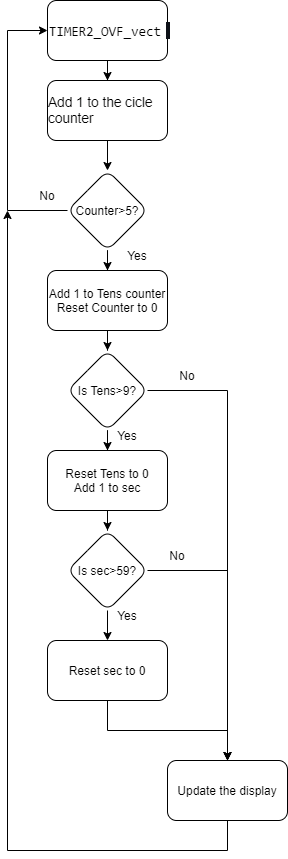
This is Labs/06-lcd/Untitled Diagram.drawio.png from UTAN25/Digital-electronics-2, a draw.io export, as it was before one commit. Source tidied: cells renumbered, new cells last; positions are measured from the earlier drawing's top-left corner, leaving out a move shared by most shapes.
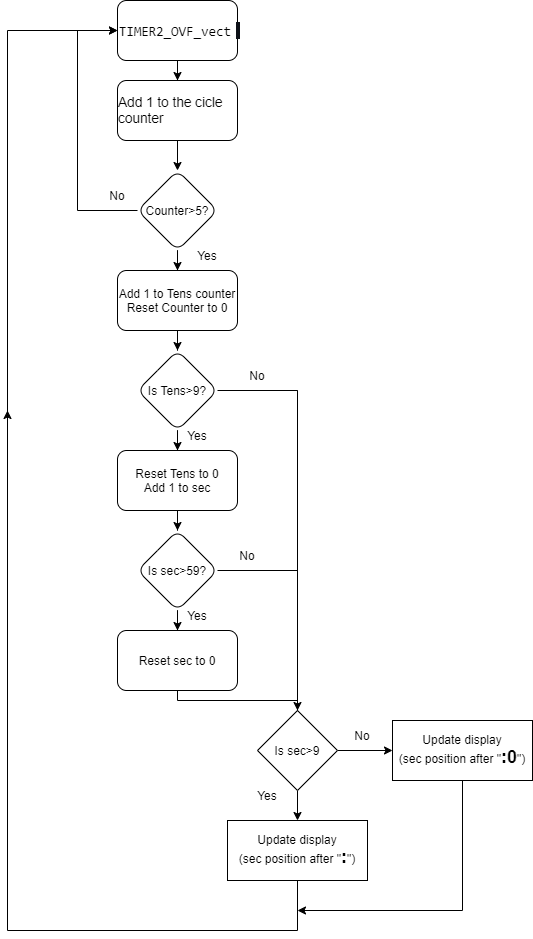
The same file after the commit.

What changed in the source:
```diff
@@ -37,8 +37,10 @@
     <mxCell id="11" style="edgeStyle=orthogonalEdgeStyle;rounded=0;jettySize=auto;html=1;fontColor=#000000;" parent="1" edge="1" source="13" target="15">
       <mxGeometry relative="1" as="geometry" />
     </mxCell>
-    <mxCell id="12" style="edgeStyle=orthogonalEdgeStyle;rounded=0;jettySize=auto;html=1;fontColor=#000000;entryX=0.5;entryY=0;entryDx=0;entryDy=0;" parent="1" edge="1" source="13" target="22">
-      <mxGeometry relative="1" as="geometry" />
+    <mxCell id="12" style="edgeStyle=orthogonalEdgeStyle;rounded=0;jettySize=auto;html=1;fontColor=#000000;entryX=0.5;entryY=0;entryDx=0;entryDy=0;" parent="1" edge="1" source="13">
+      <mxGeometry relative="1" as="geometry">
+        <mxPoint x="220" y="760" as="targetPoint" />
+      </mxGeometry>
     </mxCell>
     <mxCell id="13" value="Is Tens&amp;gt;9?" style="rhombus;whiteSpace=wrap;html=1;rounded=1;" parent="1" vertex="1">
       <mxGeometry x="60" y="350" width="80" height="80" as="geometry" />
@@ -52,8 +54,9 @@
     <mxCell id="16" style="edgeStyle=orthogonalEdgeStyle;rounded=0;jettySize=auto;html=1;fontColor=#000000;" parent="1" edge="1" source="18" target="20">
       <mxGeometry relative="1" as="geometry" />
     </mxCell>
-    <mxCell id="17" style="edgeStyle=orthogonalEdgeStyle;rounded=0;jettySize=auto;html=1;fontColor=#000000;entryX=0.5;entryY=0;entryDx=0;entryDy=0;" parent="1" edge="1" source="18" target="22">
+    <mxCell id="17" style="edgeStyle=orthogonalEdgeStyle;rounded=0;jettySize=auto;html=1;fontColor=#000000;entryX=0.5;entryY=0;entryDx=0;entryDy=0;" parent="1" edge="1" source="18">
       <mxGeometry relative="1" as="geometry">
+        <mxPoint x="220" y="760" as="targetPoint" />
         <Array as="points">
           <mxPoint x="220" y="570" />
         </Array>
@@ -62,24 +65,9 @@
     <mxCell id="18" value="Is sec&amp;gt;59?" style="rhombus;whiteSpace=wrap;html=1;rounded=1;" parent="1" vertex="1">
       <mxGeometry x="60" y="530" width="80" height="80" as="geometry" />
     </mxCell>
-    <mxCell id="19" style="edgeStyle=orthogonalEdgeStyle;rounded=0;jettySize=auto;html=1;fontColor=#000000;" parent="1" edge="1" source="20" target="22">
-      <mxGeometry relative="1" as="geometry" />
-    </mxCell>
     <mxCell id="20" value="Reset sec to 0" style="whiteSpace=wrap;html=1;rounded=1;" parent="1" vertex="1">
-      <mxGeometry x="40" y="640" width="120" height="60" as="geometry" />
+      <mxGeometry x="40" y="630" width="120" height="60" as="geometry" />
     </mxCell>
-    <mxCell id="21" style="edgeStyle=orthogonalEdgeStyle;rounded=0;jettySize=auto;html=1;fontColor=#000000;" parent="1" edge="1" source="22">
-      <mxGeometry relative="1" as="geometry">
-        <mxPoint y="210" as="targetPoint" />
-        <Array as="points">
-          <mxPoint x="220" y="850" />
-          <mxPoint y="850" />
-        </Array>
-      </mxGeometry>
-    </mxCell>
-    <mxCell id="22" value="Update the display" style="whiteSpace=wrap;html=1;rounded=1;" parent="1" vertex="1">
-      <mxGeometry x="160" y="760" width="120" height="60" as="geometry" />
-    </mxCell>
     <mxCell id="23" value="No" style="text;html=1;strokeColor=none;fillColor=none;align=center;verticalAlign=middle;whiteSpace=wrap;rounded=0;fontColor=#000000;" parent="1" vertex="1">
       <mxGeometry x="150" y="360" width="60" height="30" as="geometry" />
     </mxCell>
@@ -98,5 +86,62 @@
     <mxCell id="28" value="Yes" style="text;html=1;strokeColor=none;fillColor=none;align=center;verticalAlign=middle;whiteSpace=wrap;rounded=0;fontColor=#000000;" parent="1" vertex="1">
       <mxGeometry x="90" y="600" width="60" height="30" as="geometry" />
     </mxCell>
+    <mxCell id="29" style="edgeStyle=orthogonalEdgeStyle;rounded=0;jettySize=auto;html=1;fontFamily=Helvetica;fontColor=#000000;" parent="1" edge="1" source="36" target="32">
+      <mxGeometry relative="1" as="geometry" />
+    </mxCell>
+    <mxCell id="30" style="edgeStyle=orthogonalEdgeStyle;rounded=0;jettySize=auto;html=1;fontFamily=Helvetica;fontColor=#000000;" parent="1" edge="1" source="36" target="34">
+      <mxGeometry relative="1" as="geometry" />
+    </mxCell>
+    <mxCell id="31" style="edgeStyle=orthogonalEdgeStyle;rounded=0;jettySize=auto;html=1;fontFamily=Helvetica;fontSize=18;fontColor=#000000;entryX=0;entryY=0.5;entryDx=0;entryDy=0;" parent="1" edge="1" source="32" target="3">
+      <mxGeometry relative="1" as="geometry">
+        <Array as="points">
+          <mxPoint x="220" y="930" />
+          <mxPoint x="-70" y="930" />
+          <mxPoint x="-70" y="30" />
+        </Array>
+      </mxGeometry>
+    </mxCell>
+    <mxCell id="32" value="Update display&lt;br&gt;(sec position after &quot;&lt;b&gt;&lt;font style=&quot;font-size: 18px&quot;&gt;:&lt;/font&gt;&lt;/b&gt;&quot;)" style="whiteSpace=wrap;html=1;" parent="1" vertex="1">
+      <mxGeometry x="150" y="820" width="140" height="60" as="geometry" />
+    </mxCell>
+    <mxCell id="33" style="edgeStyle=orthogonalEdgeStyle;rounded=0;jettySize=auto;html=1;exitX=0.5;exitY=1;exitDx=0;exitDy=0;fontFamily=Helvetica;fontSize=18;fontColor=#000000;" parent="1" edge="1" source="34">
+      <mxGeometry relative="1" as="geometry">
+        <mxPoint x="220" y="910" as="targetPoint" />
+        <Array as="points">
+          <mxPoint x="385" y="910" />
+        </Array>
+      </mxGeometry>
+    </mxCell>
+    <mxCell id="34" value="Update display&lt;br&gt;(sec position after &quot;&lt;font style=&quot;font-size: 18px&quot;&gt;&lt;b&gt;:0&lt;/b&gt;&lt;/font&gt;&quot;)" style="whiteSpace=wrap;html=1;" parent="1" vertex="1">
+      <mxGeometry x="315" y="720" width="140" height="60" as="geometry" />
+    </mxCell>
+    <mxCell id="35" style="endArrow=classic;html=1;rounded=0;fontFamily=Helvetica;fontSize=18;fontColor=#000000;entryX=0.5;entryY=0;entryDx=0;entryDy=0;" parent="1" edge="1" target="36">
+      <mxGeometry relative="1" as="geometry">
+        <mxPoint x="220" y="390" as="sourcePoint" />
+      </mxGeometry>
+    </mxCell>
+    <mxCell id="36" value="Is sec&amp;gt;9" style="rhombus;whiteSpace=wrap;html=1;fontFamily=Helvetica;fontColor=#000000;" parent="1" vertex="1">
+      <mxGeometry x="180" y="710" width="80" height="80" as="geometry" />
+    </mxCell>
+    <mxCell id="37" style="edgeStyle=orthogonalEdgeStyle;rounded=0;jettySize=auto;html=1;fontColor=#000000;endArrow=none;" parent="1" edge="1" source="20" target="36">
+      <mxGeometry relative="1" as="geometry">
+        <Array as="points">
+          <mxPoint x="100" y="700" />
+          <mxPoint x="220" y="700" />
+        </Array>
+      </mxGeometry>
+    </mxCell>
+    <mxCell id="38" style="endArrow=classic;html=1;rounded=0;fontFamily=Helvetica;fontSize=18;fontColor=#000000;" parent="1" edge="1">
+      <mxGeometry relative="1" as="geometry">
+        <mxPoint x="-70" y="610" as="sourcePoint" />
+        <mxPoint x="-70" y="410" as="targetPoint" />
+      </mxGeometry>
+    </mxCell>
+    <mxCell id="39" value="No" style="text;html=1;strokeColor=none;fillColor=none;align=center;verticalAlign=middle;whiteSpace=wrap;rounded=0;fontColor=#000000;" parent="1" vertex="1">
+      <mxGeometry x="255" y="720" width="60" height="30" as="geometry" />
+    </mxCell>
+    <mxCell id="40" value="Yes" style="text;html=1;strokeColor=none;fillColor=none;align=center;verticalAlign=middle;whiteSpace=wrap;rounded=0;fontColor=#000000;" parent="1" vertex="1">
+      <mxGeometry x="160" y="780" width="60" height="30" as="geometry" />
+    </mxCell>
   </root>
 </mxGraphModel>
```
